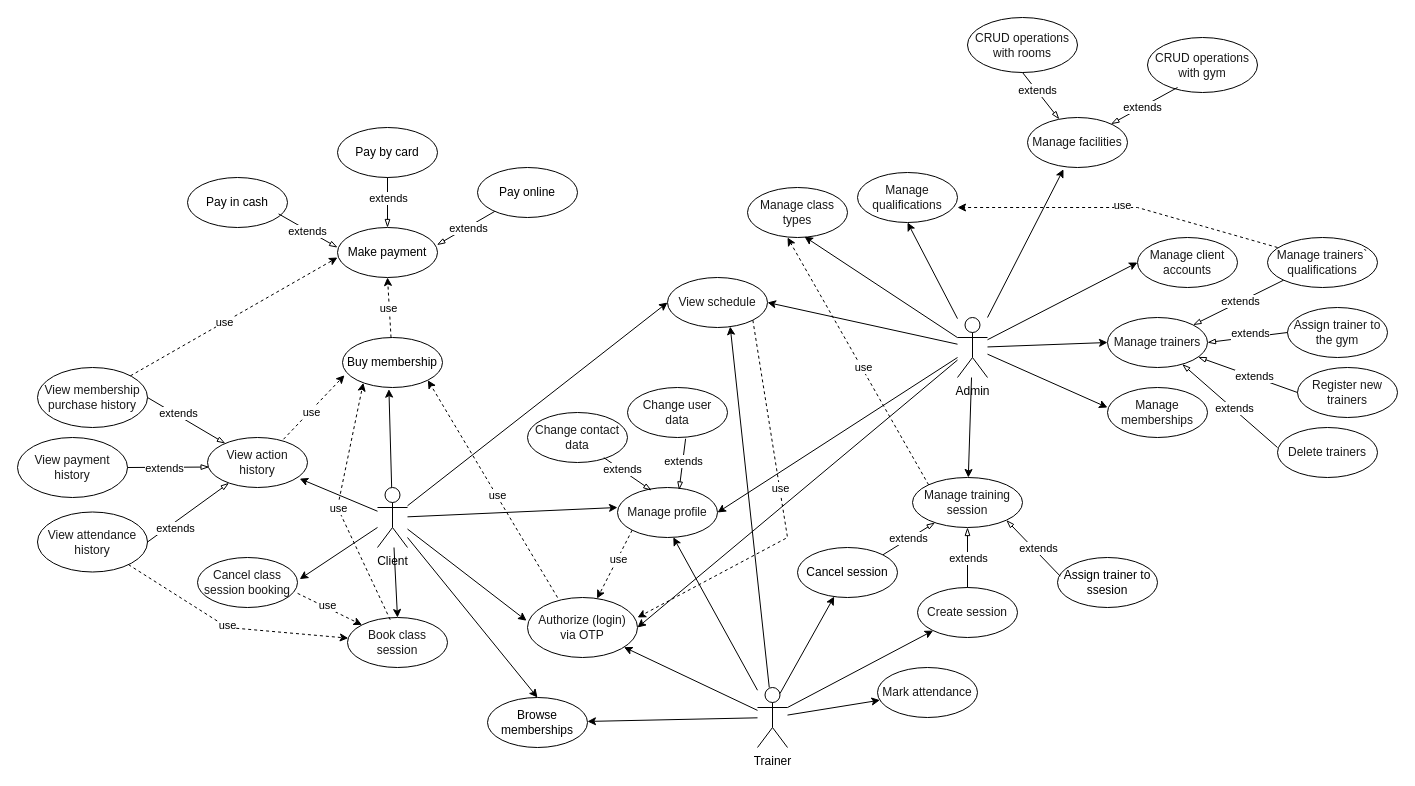
Before: diagrams/usecase/diagram/usecase.drawio.xml in AnnKuts/PeremohaSports, a draw.io diagram. Source tidied: cells renumbered, new cells numbered last; positions are measured from the earlier drawing's top-left corner, leaving out a move shared by most shapes. Both pictures are drawn from the tidied source at 100%, with x=0, y=0 at pixel (17, 17).
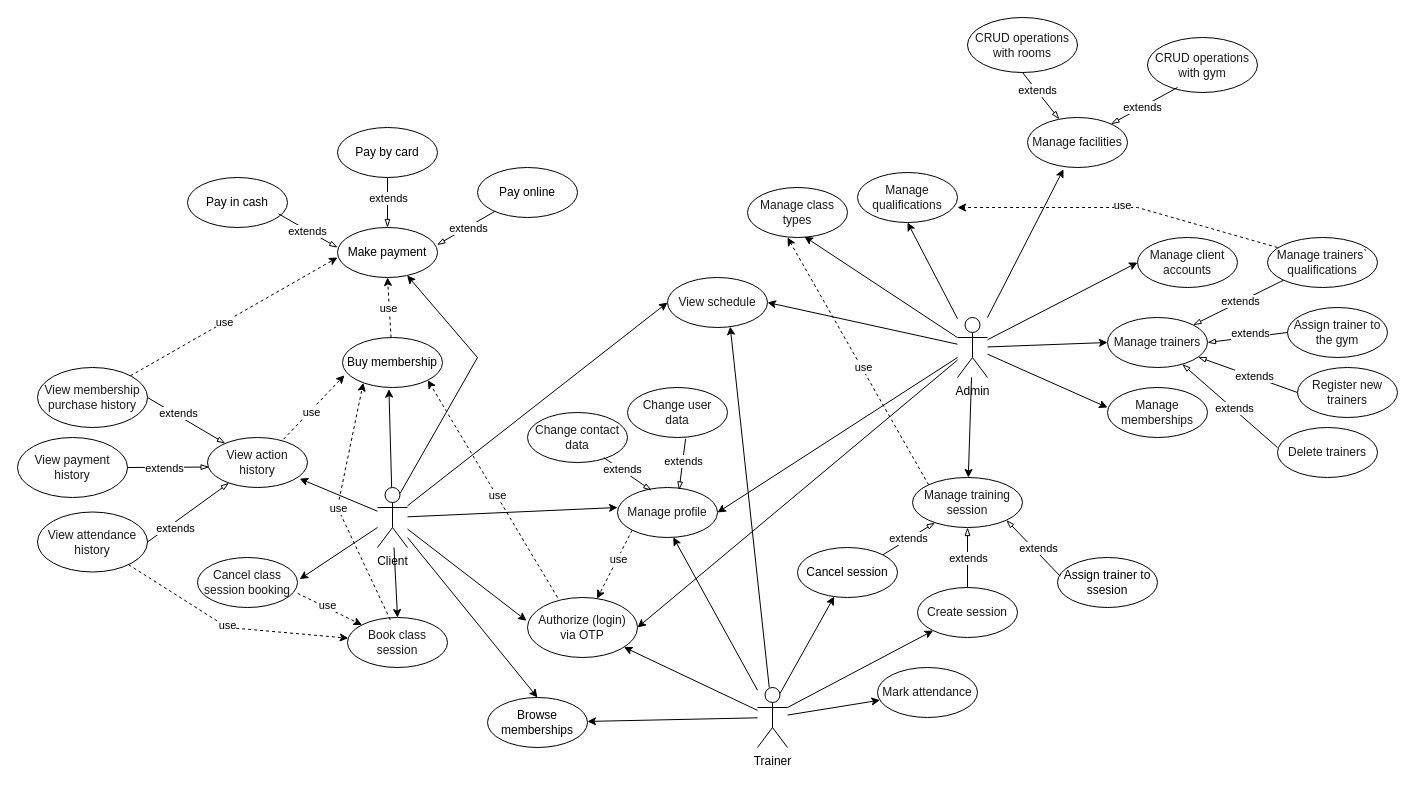
Above is the later version.

Commit message (it also covers changes not shown here):
fix: fix usecase diagram

The change refers to these unchanged cells:
```xml
<mxCell id="3" value="Client" style="shape=umlActor;verticalLabelPosition=bottom;verticalAlign=top;html=1;outlineConnect=0;" parent="1" vertex="1">
  <mxGeometry x="360" y="470" width="30" height="60" as="geometry" />
</mxCell>
<mxCell id="21" value="&lt;div style=&quot;&quot;&gt;Make payment&lt;/div&gt;" style="ellipse;whiteSpace=wrap;html=1;" parent="1" vertex="1">
  <mxGeometry x="320" y="210" width="100" height="50" as="geometry" />
</mxCell>
<mxCell id="30" value="&lt;br&gt;&lt;div style=&quot;&quot;&gt;&lt;span style=&quot;color: light-dark(rgb(26, 26, 26), rgb(215, 215, 215)); background-color: transparent;&quot;&gt;Authorize (login)&lt;/span&gt;&lt;/div&gt;&lt;div style=&quot;&quot;&gt;&lt;span style=&quot;color: light-dark(rgb(26, 26, 26), rgb(215, 215, 215)); background-color: transparent;&quot;&gt;&amp;nbsp;via OTP&amp;nbsp;&lt;/span&gt;&lt;/div&gt;&lt;div style=&quot;&quot;&gt;&lt;br&gt;&lt;/div&gt;" style="ellipse;whiteSpace=wrap;html=1;" parent="1" vertex="1">
  <mxGeometry x="510" y="580" width="110" height="60" as="geometry" />
</mxCell>
<mxCell id="34" value="&lt;div style=&quot;&quot;&gt;&lt;font color=&quot;#1a1a1a&quot;&gt;View schedule&lt;/font&gt;&lt;/div&gt;" style="ellipse;whiteSpace=wrap;html=1;" parent="1" vertex="1">
  <mxGeometry x="650" y="260" width="100" height="50" as="geometry" />
</mxCell>
```

Diff of the diagram source:
```diff
@@
-    <mxCell id="47" style="endArrow=classic;html=1;rounded=0;entryX=1;entryY=0.333;entryDx=0;entryDy=0;entryPerimeter=0;exitX=1;exitY=1;exitDx=0;exitDy=0;dashed=1;" parent="1" edge="1" source="34" target="30">
-      <mxGeometry relative="1" as="geometry">
-        <Array as="points">
-          <mxPoint x="770" y="520" />
-        </Array>
-      </mxGeometry>
-    </mxCell>
-    <mxCell id="48" value="use" style="edgeLabel;html=1;align=center;verticalAlign=middle;" parent="47" vertex="1">
-      <mxGeometry x="-0.13" relative="1" as="geometry" />
-    </mxCell>
@@
+    <mxCell id="122" style="endArrow=classic;html=1;rounded=0;exitX=0.75;exitY=0.1;exitDx=0;exitDy=0;exitPerimeter=0;" parent="1" edge="1" source="3" target="21">
+      <mxGeometry relative="1" as="geometry">
+        <Array as="points">
+          <mxPoint x="460" y="340" />
+        </Array>
+      </mxGeometry>
+    </mxCell>
```
